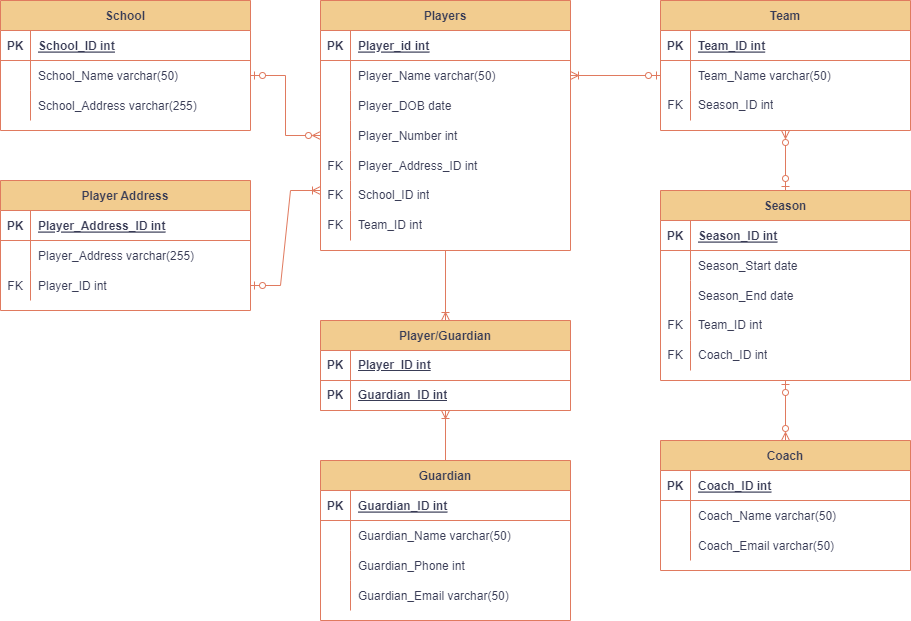
Before: ERD_Exercise.png, a diagram exported from draw.io (G0dzilla21/ERD_Diagram_Cognixia). Source tidied: cells renumbered, new cells last; positions are measured from the earlier drawing's top-left corner, leaving out a move shared by most shapes.
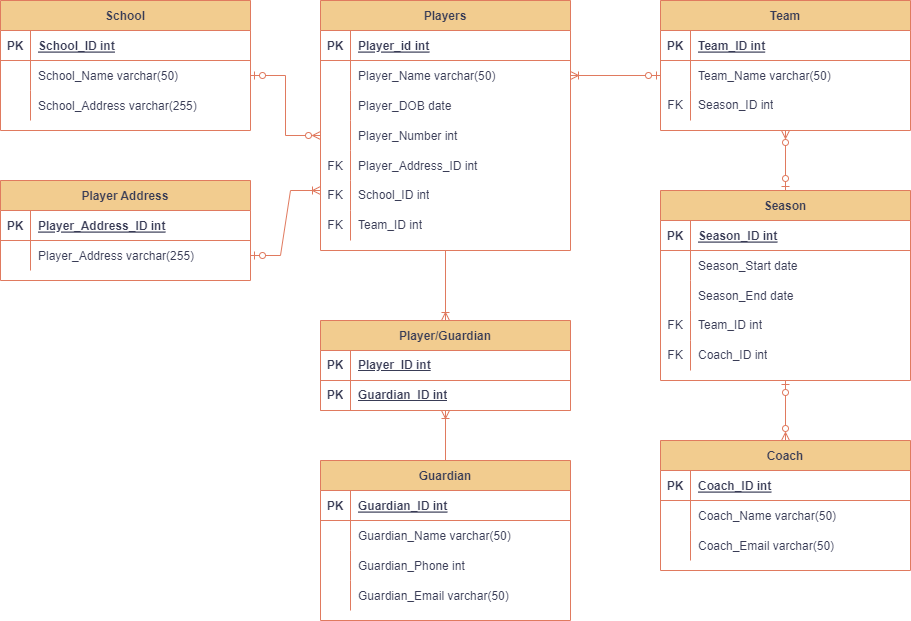
The same file after the commit.

Change to the diagram source:
```diff
@@ -285,7 +285,7 @@
       <mxGeometry relative="1" as="geometry" />
     </mxCell>
     <mxCell id="96" value="Player Address" style="shape=table;startSize=30;rowLines=0;fontStyle=1;align=center;labelBackgroundColor=none;fillColor=#F2CC8F;strokeColor=#E07A5F;fontColor=#393C56;" parent="1" vertex="1">
-      <mxGeometry y="180" width="250" height="130" as="geometry" />
+      <mxGeometry y="180" width="250" height="100" as="geometry" />
     </mxCell>
     <mxCell id="97" style="shape=partialRectangle;fillColor=none;top=0;left=0;right=0;bottom=1;labelBackgroundColor=none;strokeColor=#E07A5F;fontColor=#393C56;" parent="96" vertex="1">
       <mxGeometry y="30" width="250" height="30" as="geometry" />
@@ -305,16 +305,7 @@
     <mxCell id="102" value="Player_Address varchar(255)" style="shape=partialRectangle;overflow=hidden;fillColor=none;top=0;left=0;bottom=0;right=0;align=left;spacingLeft=6;labelBackgroundColor=none;strokeColor=#E07A5F;fontColor=#393C56;" parent="100" vertex="1">
       <mxGeometry x="30" width="220" height="30" as="geometry" />
     </mxCell>
-    <mxCell id="103" style="shape=tableRow;horizontal=0;startSize=0;swimlaneHead=0;swimlaneBody=0;fillColor=none;points=[[0,0.5],[1,0.5]];portConstraint=eastwest;top=0;left=0;right=0;bottom=0;labelBackgroundColor=none;strokeColor=#E07A5F;fontColor=#393C56;" parent="96" vertex="1">
-      <mxGeometry y="90" width="250" height="30" as="geometry" />
-    </mxCell>
-    <mxCell id="104" value="FK" style="shape=partialRectangle;fillColor=none;top=0;left=0;bottom=0;right=0;overflow=hidden;labelBackgroundColor=none;strokeColor=#E07A5F;fontColor=#393C56;" parent="103" vertex="1">
-      <mxGeometry width="30" height="30" as="geometry" />
-    </mxCell>
-    <mxCell id="105" value="Player_ID int" style="shape=partialRectangle;fillColor=none;top=0;left=0;bottom=0;right=0;align=left;spacingLeft=6;overflow=hidden;labelBackgroundColor=none;strokeColor=#E07A5F;fontColor=#393C56;" parent="103" vertex="1">
-      <mxGeometry x="30" width="220" height="30" as="geometry" />
-    </mxCell>
-    <mxCell id="106" style="edgeStyle=entityRelationEdgeStyle;fontSize=12;html=1;endArrow=ERoneToMany;rounded=0;strokeColor=#E07A5F;fontColor=#393C56;fillColor=#F2CC8F;exitX=1;exitY=0.5;exitDx=0;exitDy=0;startArrow=ERzeroToOne;startFill=0;" parent="1" edge="1" source="103">
+    <mxCell id="106" style="edgeStyle=entityRelationEdgeStyle;fontSize=12;html=1;endArrow=ERoneToMany;rounded=0;strokeColor=#E07A5F;fontColor=#393C56;fillColor=#F2CC8F;exitX=1;exitY=0.5;exitDx=0;exitDy=0;startArrow=ERzeroToOne;startFill=0;" parent="1" edge="1" source="100">
       <mxGeometry relative="1" as="geometry">
         <mxPoint x="320" y="190" as="targetPoint" />
       </mxGeometry>
```
